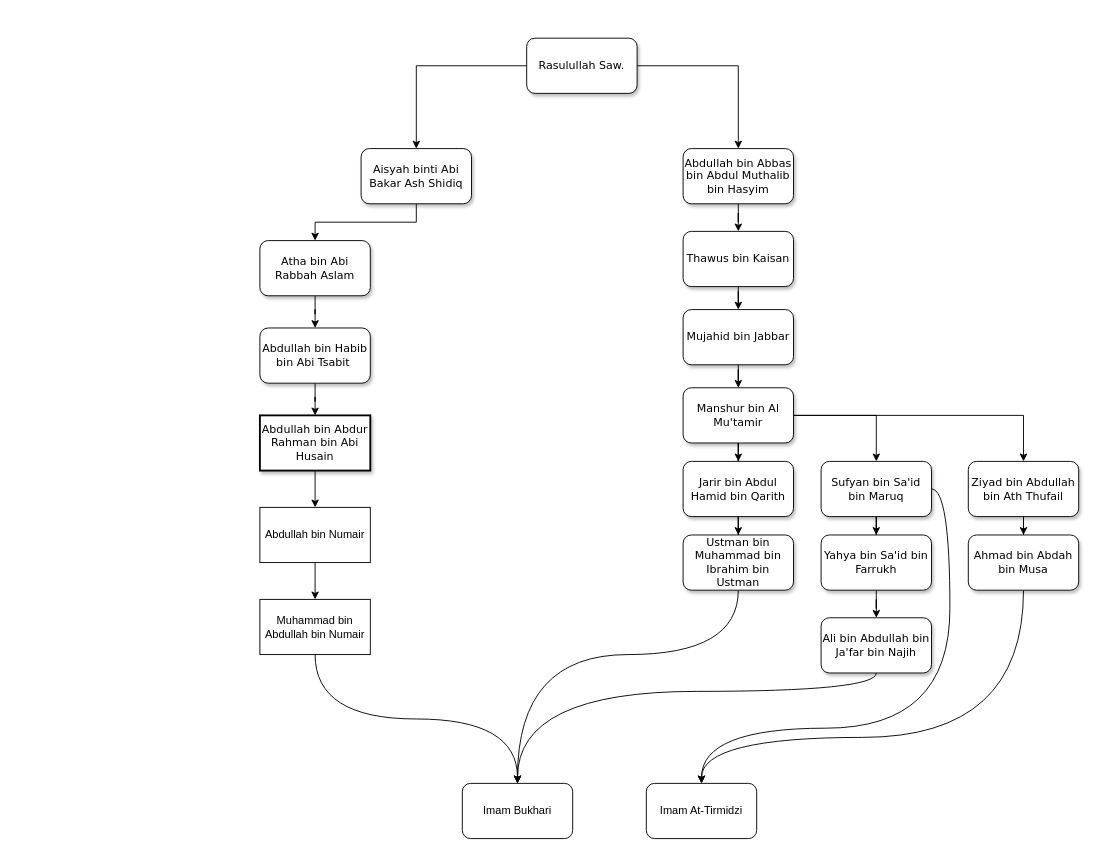
Earlier version of the draw.io diagram Untitled Diagram.drawio (Alfthrpy/Iseng). Source tidied: cells renumbered, new cells numbered last; positions are measured from the earlier drawing's top-left corner, leaving out a move shared by most shapes. Both pictures are drawn from the tidied source at 92%, with x=0, y=0 at pixel (259, 38).
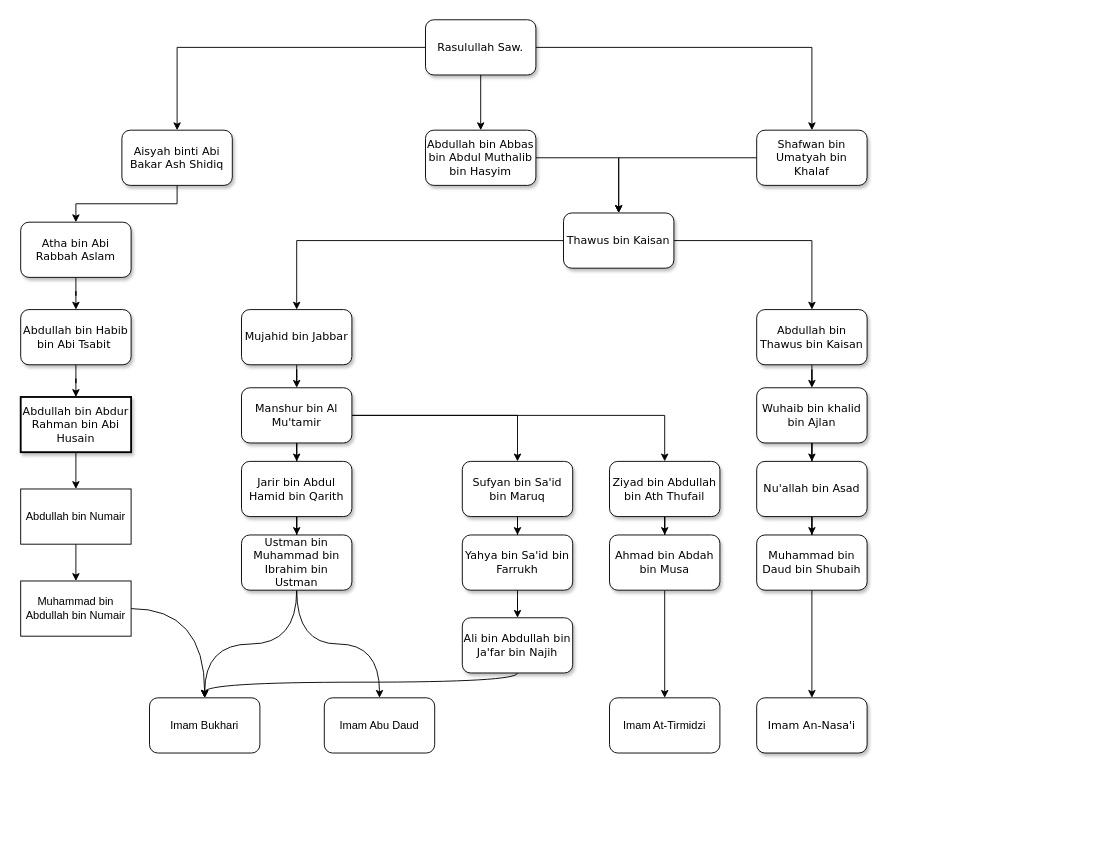
The same page after the edit.

Change to the diagram source:
```diff
@@
+    <mxCell id="44" style="edgeStyle=orthogonalEdgeStyle;rounded=0;jettySize=auto;html=1;" parent="1" edge="1" source="4" target="58">
+      <mxGeometry relative="1" as="geometry" />
+    </mxCell>
     <mxCell id="4" value="Rasulullah Saw." style="whiteSpace=wrap;html=1;rounded=1;shadow=1;labelBackgroundColor=none;strokeWidth=1;fontFamily=Verdana;fontSize=12;align=center;" parent="1" vertex="1">
-      <mxGeometry x="290" width="120" height="60" as="geometry" />
+      <mxGeometry x="180" y="-20" width="120" height="60" as="geometry" />
     </mxCell>
@@
     <mxCell id="6" value="&lt;div style=&quot;&quot;&gt;Aisyah binti Abi Bakar Ash Shidiq&lt;/div&gt;" style="whiteSpace=wrap;html=1;rounded=1;shadow=1;labelBackgroundColor=none;strokeWidth=1;fontFamily=Verdana;fontSize=12;align=center;" parent="1" vertex="1">
-      <mxGeometry x="110" y="120" width="120" height="60" as="geometry" />
+      <mxGeometry x="-150" y="100" width="120" height="60" as="geometry" />
     </mxCell>
@@
     <mxCell id="8" value="Abdullah bin Abbas bin Abdul Muthalib bin Hasyim" style="whiteSpace=wrap;html=1;rounded=1;shadow=1;labelBackgroundColor=none;strokeWidth=1;fontFamily=Verdana;fontSize=12;align=center;" parent="1" vertex="1">
-      <mxGeometry x="460" y="120" width="120" height="60" as="geometry" />
+      <mxGeometry x="180" y="100" width="120" height="60" as="geometry" />
     </mxCell>
@@
     <mxCell id="10" value="Atha bin Abi Rabbah Aslam" style="whiteSpace=wrap;html=1;rounded=1;shadow=1;labelBackgroundColor=none;strokeWidth=1;fontFamily=Verdana;fontSize=12;align=center;" parent="1" vertex="1">
-      <mxGeometry y="220" width="120" height="60" as="geometry" />
+      <mxGeometry x="-260" y="200" width="120" height="60" as="geometry" />
     </mxCell>
@@
     <mxCell id="12" value="Abdullah bin Habib bin Abi Tsabit&amp;nbsp;" style="whiteSpace=wrap;html=1;rounded=1;shadow=1;labelBackgroundColor=none;strokeWidth=1;fontFamily=Verdana;fontSize=12;align=center;" parent="1" vertex="1">
-      <mxGeometry y="315" width="120" height="60" as="geometry" />
+      <mxGeometry x="-260" y="295" width="120" height="60" as="geometry" />
     </mxCell>
@@
     <mxCell id="14" value="Abdullah bin Abdur Rahman bin Abi Husain" style="whiteSpace=wrap;html=1;rounded=0;shadow=1;labelBackgroundColor=none;strokeWidth=2;fontFamily=Verdana;fontSize=12;align=center;" parent="1" vertex="1">
-      <mxGeometry y="410" width="120" height="60" as="geometry" />
+      <mxGeometry x="-260" y="390" width="120" height="60" as="geometry" />
     </mxCell>
@@
     <mxCell id="16" value="Abdullah bin Numair" style="rounded=0;whiteSpace=wrap;html=1;" parent="1" vertex="1">
-      <mxGeometry y="510" width="120" height="60" as="geometry" />
+      <mxGeometry x="-260" y="490" width="120" height="60" as="geometry" />
     </mxCell>
-    <mxCell id="17" style="edgeStyle=orthogonalEdgeStyle;jettySize=auto;html=1;exitX=0.5;exitY=1;exitDx=0;exitDy=0;entryX=0.5;entryY=0;entryDx=0;entryDy=0;curved=1;" parent="1" edge="1" source="18" target="38">
+    <mxCell id="17" style="edgeStyle=orthogonalEdgeStyle;jettySize=auto;html=1;entryX=0.5;entryY=0;entryDx=0;entryDy=0;curved=1;" parent="1" edge="1" source="18" target="38">
       <mxGeometry relative="1" as="geometry" />
     </mxCell>
     <mxCell id="18" value="Muhammad bin Abdullah bin Numair" style="whiteSpace=wrap;html=1;rounded=0;" parent="1" vertex="1">
-      <mxGeometry y="610" width="120" height="60" as="geometry" />
+      <mxGeometry x="-260" y="590" width="120" height="60" as="geometry" />
     </mxCell>
@@
+    <mxCell id="45" style="edgeStyle=orthogonalEdgeStyle;rounded=0;jettySize=auto;html=1;" parent="1" edge="1" source="20" target="49">
+      <mxGeometry relative="1" as="geometry" />
+    </mxCell>
     <mxCell id="20" value="Thawus bin Kaisan" style="whiteSpace=wrap;html=1;fontFamily=Verdana;rounded=1;shadow=1;labelBackgroundColor=none;strokeWidth=1;" parent="1" vertex="1">
-      <mxGeometry x="460" y="210" width="120" height="60" as="geometry" />
+      <mxGeometry x="330" y="190" width="120" height="60" as="geometry" />
     </mxCell>
@@
     <mxCell id="22" value="Mujahid bin Jabbar" style="whiteSpace=wrap;html=1;fontFamily=Verdana;rounded=1;shadow=1;labelBackgroundColor=none;strokeWidth=1;" parent="1" vertex="1">
-      <mxGeometry x="460" y="295" width="120" height="60" as="geometry" />
+      <mxGeometry x="-20" y="295" width="120" height="60" as="geometry" />
     </mxCell>
@@
     <mxCell id="24" style="edgeStyle=orthogonalEdgeStyle;rounded=0;jettySize=auto;html=1;" parent="1" edge="1" source="26" target="33">
-      <mxGeometry relative="1" as="geometry" />
+      <mxGeometry relative="1" as="geometry">
+        <Array as="points">
+          <mxPoint x="280" y="410" />
+        </Array>
+      </mxGeometry>
     </mxCell>
     <mxCell id="25" style="edgeStyle=orthogonalEdgeStyle;rounded=0;jettySize=auto;html=1;" parent="1" edge="1" source="26" target="40">
-      <mxGeometry relative="1" as="geometry" />
+      <mxGeometry relative="1" as="geometry">
+        <Array as="points">
+          <mxPoint x="440" y="410" />
+        </Array>
+      </mxGeometry>
     </mxCell>
     <mxCell id="26" value="Manshur bin Al Mu'tamir" style="whiteSpace=wrap;html=1;fontFamily=Verdana;rounded=1;shadow=1;labelBackgroundColor=none;strokeWidth=1;" parent="1" vertex="1">
-      <mxGeometry x="460" y="380" width="120" height="60" as="geometry" />
+      <mxGeometry x="-20" y="380" width="120" height="60" as="geometry" />
     </mxCell>
@@
     <mxCell id="28" value="Jarir bin Abdul Hamid bin Qarith" style="whiteSpace=wrap;html=1;fontFamily=Verdana;rounded=1;shadow=1;labelBackgroundColor=none;strokeWidth=1;" parent="1" vertex="1">
-      <mxGeometry x="460" y="460" width="120" height="60" as="geometry" />
+      <mxGeometry x="-20" y="460" width="120" height="60" as="geometry" />
     </mxCell>
+    <mxCell id="46" style="edgeStyle=orthogonalEdgeStyle;rounded=0;jettySize=auto;html=1;curved=1;" parent="1" edge="1" source="30" target="47">
+      <mxGeometry relative="1" as="geometry" />
+    </mxCell>
-    <mxCell id="29" style="edgeStyle=orthogonalEdgeStyle;jettySize=auto;html=1;entryX=0.5;entryY=0;entryDx=0;entryDy=0;curved=1;" parent="1" edge="1" source="30" target="38">
-      <mxGeometry relative="1" as="geometry">
-        <Array as="points">
-          <mxPoint x="520" y="670" />
-          <mxPoint x="280" y="670" />
-        </Array>
-      </mxGeometry>
+    <mxCell id="29" style="edgeStyle=orthogonalEdgeStyle;rounded=0;jettySize=auto;html=1;entryX=0.5;entryY=0;entryDx=0;entryDy=0;curved=1;" parent="1" edge="1" source="30" target="38">
+      <mxGeometry relative="1" as="geometry" />
     </mxCell>
     <mxCell id="30" value="Ustman bin Muhammad bin Ibrahim bin Ustman" style="whiteSpace=wrap;html=1;fontFamily=Verdana;rounded=1;shadow=1;labelBackgroundColor=none;strokeWidth=1;" parent="1" vertex="1">
-      <mxGeometry x="460" y="540" width="120" height="60" as="geometry" />
+      <mxGeometry x="-20" y="540" width="120" height="60" as="geometry" />
     </mxCell>
@@
-    <mxCell id="32" style="edgeStyle=orthogonalEdgeStyle;rounded=0;jettySize=auto;html=1;exitX=1;exitY=0.5;exitDx=0;exitDy=0;entryX=0.5;entryY=0;entryDx=0;entryDy=0;elbow=vertical;curved=1;" parent="1" edge="1" source="33" target="43">
-      <mxGeometry relative="1" as="geometry">
-        <Array as="points">
-          <mxPoint x="750" y="490" />
-          <mxPoint x="750" y="750" />
-          <mxPoint x="480" y="750" />
-        </Array>
-      </mxGeometry>
-    </mxCell>
     <mxCell id="33" value="Sufyan bin Sa'id bin Maruq" style="whiteSpace=wrap;html=1;fontFamily=Verdana;rounded=1;shadow=1;labelBackgroundColor=none;strokeWidth=1;" parent="1" vertex="1">
-      <mxGeometry x="610" y="460" width="120" height="60" as="geometry" />
+      <mxGeometry x="220" y="460" width="120" height="60" as="geometry" />
     </mxCell>
@@
     <mxCell id="35" value="Yahya bin Sa'id bin Farrukh" style="whiteSpace=wrap;html=1;fontFamily=Verdana;rounded=1;shadow=1;labelBackgroundColor=none;strokeWidth=1;" parent="1" vertex="1">
-      <mxGeometry x="610" y="540" width="120" height="60" as="geometry" />
+      <mxGeometry x="220" y="540" width="120" height="60" as="geometry" />
     </mxCell>
-    <mxCell id="36" style="edgeStyle=orthogonalEdgeStyle;jettySize=auto;html=1;entryX=0.5;entryY=0;entryDx=0;entryDy=0;curved=1;" parent="1" edge="1" source="37" target="38">
+    <mxCell id="36" style="edgeStyle=orthogonalEdgeStyle;rounded=0;jettySize=auto;html=1;entryX=0.5;entryY=0;entryDx=0;entryDy=0;curved=1;" parent="1" edge="1" source="37" target="38">
       <mxGeometry relative="1" as="geometry">
         <Array as="points">
-          <mxPoint x="670" y="710" />
-          <mxPoint x="280" y="710" />
+          <mxPoint x="280" y="700" />
+          <mxPoint x="-60" y="700" />
         </Array>
       </mxGeometry>
     </mxCell>
     <mxCell id="37" value="Ali bin Abdullah bin Ja'far bin Najih" style="whiteSpace=wrap;html=1;fontFamily=Verdana;rounded=1;shadow=1;labelBackgroundColor=none;strokeWidth=1;" parent="1" vertex="1">
-      <mxGeometry x="610" y="630" width="120" height="60" as="geometry" />
+      <mxGeometry x="220" y="630" width="120" height="60" as="geometry" />
     </mxCell>
     <mxCell id="38" value="Imam Bukhari" style="rounded=1;whiteSpace=wrap;html=1;" parent="1" vertex="1">
-      <mxGeometry x="220" y="810" width="120" height="60" as="geometry" />
+      <mxGeometry x="-120" y="717" width="120" height="60" as="geometry" />
     </mxCell>
@@
     <mxCell id="40" value="Ziyad bin Abdullah bin Ath Thufail" style="whiteSpace=wrap;html=1;fontFamily=Verdana;rounded=1;shadow=1;labelBackgroundColor=none;strokeWidth=1;" parent="1" vertex="1">
-      <mxGeometry x="770" y="460" width="120" height="60" as="geometry" />
+      <mxGeometry x="380" y="460" width="120" height="60" as="geometry" />
     </mxCell>
-    <mxCell id="41" style="edgeStyle=orthogonalEdgeStyle;jettySize=auto;html=1;entryX=0.5;entryY=0;entryDx=0;entryDy=0;strokeColor=default;curved=1;" parent="1" edge="1" source="42" target="43">
-      <mxGeometry relative="1" as="geometry">
-        <Array as="points">
-          <mxPoint x="830" y="760" />
-          <mxPoint x="480" y="760" />
-        </Array>
-      </mxGeometry>
+    <mxCell id="41" style="edgeStyle=orthogonalEdgeStyle;rounded=0;jettySize=auto;html=1;entryX=0.5;entryY=0;entryDx=0;entryDy=0;" parent="1" edge="1" source="42" target="43">
+      <mxGeometry relative="1" as="geometry" />
     </mxCell>
     <mxCell id="42" value="Ahmad bin Abdah bin Musa" style="whiteSpace=wrap;html=1;fontFamily=Verdana;rounded=1;shadow=1;labelBackgroundColor=none;strokeWidth=1;" parent="1" vertex="1">
-      <mxGeometry x="770" y="540" width="120" height="60" as="geometry" />
+      <mxGeometry x="380" y="540" width="120" height="60" as="geometry" />
     </mxCell>
     <mxCell id="43" value="Imam At-Tirmidzi" style="rounded=1;whiteSpace=wrap;html=1;" parent="1" vertex="1">
-      <mxGeometry x="420" y="810" width="120" height="60" as="geometry" />
+      <mxGeometry x="380" y="717" width="120" height="60" as="geometry" />
     </mxCell>
+    <mxCell id="47" value="Imam Abu Daud" style="rounded=1;whiteSpace=wrap;html=1;" parent="1" vertex="1">
+      <mxGeometry x="70" y="717" width="120" height="60" as="geometry" />
+    </mxCell>
+    <mxCell id="48" style="edgeStyle=orthogonalEdgeStyle;rounded=0;jettySize=auto;html=1;" parent="1" edge="1" source="49" target="51">
+      <mxGeometry relative="1" as="geometry" />
+    </mxCell>
+    <mxCell id="49" value="Abdullah bin Thawus bin Kaisan" style="whiteSpace=wrap;html=1;fontFamily=Verdana;rounded=1;shadow=1;labelBackgroundColor=none;strokeWidth=1;" parent="1" vertex="1">
+      <mxGeometry x="540" y="295" width="120" height="60" as="geometry" />
+    </mxCell>
+    <mxCell id="50" style="edgeStyle=orthogonalEdgeStyle;rounded=0;jettySize=auto;html=1;" parent="1" edge="1" source="51" target="53">
+      <mxGeometry relative="1" as="geometry" />
+    </mxCell>
+    <mxCell id="51" value="Wuhaib bin khalid bin Ajlan" style="whiteSpace=wrap;html=1;fontFamily=Verdana;rounded=1;shadow=1;labelBackgroundColor=none;strokeWidth=1;" parent="1" vertex="1">
+      <mxGeometry x="540" y="380" width="120" height="60" as="geometry" />
+    </mxCell>
+    <mxCell id="52" style="edgeStyle=orthogonalEdgeStyle;rounded=0;jettySize=auto;html=1;" parent="1" edge="1" source="53" target="55">
+      <mxGeometry relative="1" as="geometry" />
+    </mxCell>
+    <mxCell id="53" value="Nu'allah bin Asad" style="whiteSpace=wrap;html=1;fontFamily=Verdana;rounded=1;shadow=1;labelBackgroundColor=none;strokeWidth=1;" parent="1" vertex="1">
+      <mxGeometry x="540" y="460" width="120" height="60" as="geometry" />
+    </mxCell>
+    <mxCell id="54" style="edgeStyle=orthogonalEdgeStyle;rounded=0;jettySize=auto;html=1;" parent="1" edge="1" source="55" target="56">
+      <mxGeometry relative="1" as="geometry" />
+    </mxCell>
+    <mxCell id="55" value="Muhammad bin Daud bin Shubaih" style="whiteSpace=wrap;html=1;fontFamily=Verdana;rounded=1;shadow=1;labelBackgroundColor=none;strokeWidth=1;" parent="1" vertex="1">
+      <mxGeometry x="540" y="540" width="120" height="60" as="geometry" />
+    </mxCell>
+    <mxCell id="56" value="Imam An-Nasa'i" style="whiteSpace=wrap;html=1;fontFamily=Verdana;rounded=1;shadow=1;labelBackgroundColor=none;strokeWidth=1;" parent="1" vertex="1">
+      <mxGeometry x="540" y="717" width="120" height="60" as="geometry" />
+    </mxCell>
+    <mxCell id="57" style="edgeStyle=orthogonalEdgeStyle;rounded=0;jettySize=auto;html=1;entryX=0.5;entryY=0;entryDx=0;entryDy=0;" parent="1" edge="1" source="58" target="20">
+      <mxGeometry relative="1" as="geometry" />
+    </mxCell>
+    <mxCell id="58" value="Shafwan bin Umatyah bin Khalaf" style="whiteSpace=wrap;html=1;fontFamily=Verdana;rounded=1;shadow=1;labelBackgroundColor=none;strokeWidth=1;" parent="1" vertex="1">
+      <mxGeometry x="540" y="100" width="120" height="60" as="geometry" />
+    </mxCell>
```
